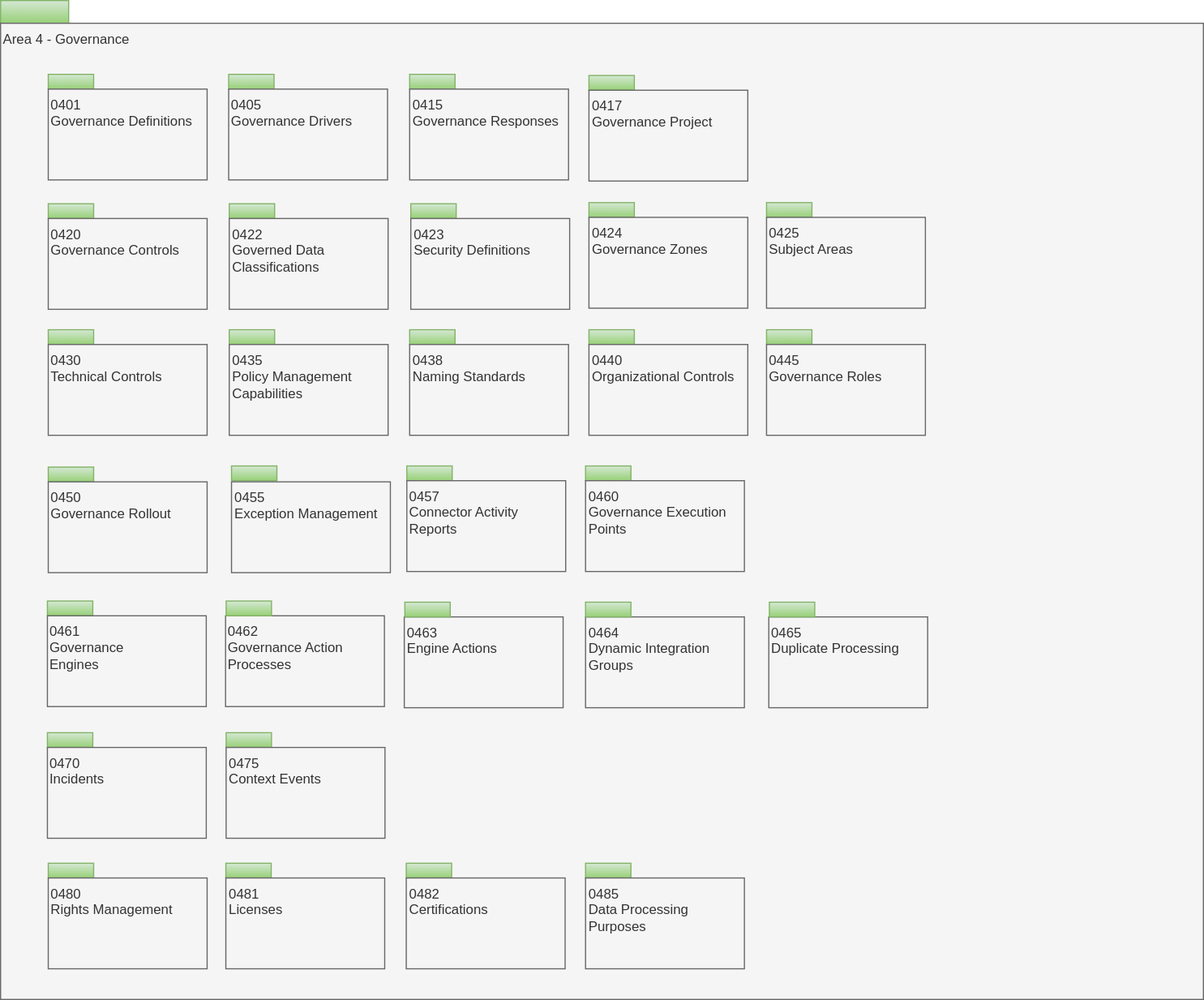
This is site/docs/types/4/area-4-governance-overview.svg from odpi/egeria-docs, a draw.io export, as it was before one commit. Source tidied: cells renumbered, new cells last; positions are measured from the earlier drawing's top-left corner, leaving out a move shared by most shapes.
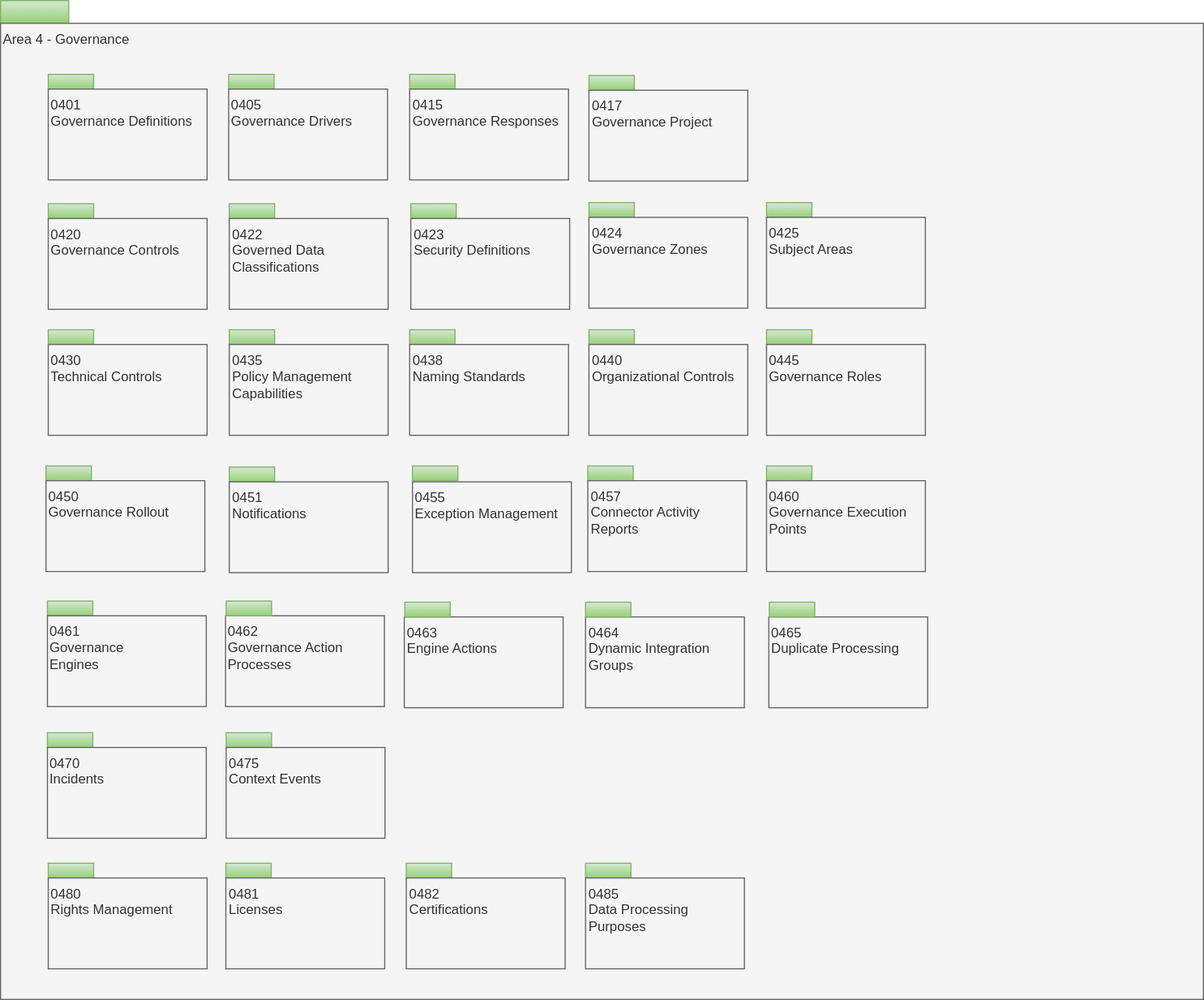
The same diagram one commit later.

The edit, as a diff of the source:
```diff
@@ -45,22 +45,22 @@
       <mxGeometry x="361.5" y="192" width="140" height="80" as="geometry" />
     </mxCell>
     <mxCell id="16" style="rounded=0;whiteSpace=wrap;html=1;align=left;fillColor=#d5e8d4;strokeColor=#82b366;gradientColor=#97d077;" parent="1" vertex="1">
-      <mxGeometry x="42" y="411" width="40" height="13" as="geometry" />
+      <mxGeometry x="201.5" y="411" width="40" height="13" as="geometry" />
     </mxCell>
-    <mxCell id="17" value="0450&lt;br&gt;Governance Rollout&lt;br&gt;" style="rounded=0;whiteSpace=wrap;html=1;align=left;verticalAlign=top;fillColor=#f5f5f5;fontColor=#333333;strokeColor=#666666;" parent="1" vertex="1">
-      <mxGeometry x="42" y="424" width="140" height="80" as="geometry" />
+    <mxCell id="17" value="0451&lt;br&gt;Notifications" style="rounded=0;whiteSpace=wrap;html=1;align=left;verticalAlign=top;fillColor=#f5f5f5;fontColor=#333333;strokeColor=#666666;" parent="1" vertex="1">
+      <mxGeometry x="201.5" y="424" width="140" height="80" as="geometry" />
     </mxCell>
     <mxCell id="18" style="rounded=0;whiteSpace=wrap;html=1;align=left;fillColor=#d5e8d4;strokeColor=#82b366;gradientColor=#97d077;" parent="1" vertex="1">
-      <mxGeometry x="203.5" y="410" width="40" height="13" as="geometry" />
+      <mxGeometry x="363" y="410" width="40" height="13" as="geometry" />
     </mxCell>
     <mxCell id="19" value="0455&lt;br&gt;Exception Management&lt;br&gt;" style="rounded=0;whiteSpace=wrap;html=1;align=left;verticalAlign=top;fillColor=#f5f5f5;fontColor=#333333;strokeColor=#666666;" parent="1" vertex="1">
-      <mxGeometry x="203.5" y="424" width="140" height="80" as="geometry" />
+      <mxGeometry x="363" y="424" width="140" height="80" as="geometry" />
     </mxCell>
     <mxCell id="20" style="rounded=0;whiteSpace=wrap;html=1;align=left;fillColor=#d5e8d4;strokeColor=#82b366;gradientColor=#97d077;" parent="1" vertex="1">
-      <mxGeometry x="358" y="410" width="40" height="13" as="geometry" />
+      <mxGeometry x="517.5" y="410" width="40" height="13" as="geometry" />
     </mxCell>
     <mxCell id="21" value="0457&lt;br&gt;Connector Activity Reports" style="rounded=0;whiteSpace=wrap;html=1;align=left;verticalAlign=top;fillColor=#f5f5f5;fontColor=#333333;strokeColor=#666666;" parent="1" vertex="1">
-      <mxGeometry x="358" y="423" width="140" height="80" as="geometry" />
+      <mxGeometry x="517.5" y="423" width="140" height="80" as="geometry" />
     </mxCell>
     <mxCell id="22" style="rounded=0;whiteSpace=wrap;html=1;align=left;fillColor=#d5e8d4;strokeColor=#82b366;gradientColor=#97d077;" parent="1" vertex="1">
       <mxGeometry x="675" y="290" width="40" height="13" as="geometry" />
@@ -180,10 +180,16 @@
       <mxGeometry x="198.8" y="658" width="140" height="80" as="geometry" />
     </mxCell>
     <mxCell id="61" style="rounded=0;whiteSpace=wrap;html=1;align=left;fillColor=#d5e8d4;strokeColor=#82b366;gradientColor=#97d077;" parent="1" vertex="1">
-      <mxGeometry x="515.5" y="410" width="40" height="13" as="geometry" />
+      <mxGeometry x="675" y="410" width="40" height="13" as="geometry" />
     </mxCell>
     <mxCell id="62" value="0460&lt;br&gt;Governance Execution&lt;br&gt;Points" style="rounded=0;whiteSpace=wrap;html=1;align=left;verticalAlign=top;fillColor=#f5f5f5;fontColor=#333333;strokeColor=#666666;" parent="1" vertex="1">
-      <mxGeometry x="515.5" y="423" width="140" height="80" as="geometry" />
+      <mxGeometry x="675" y="423" width="140" height="80" as="geometry" />
     </mxCell>
+    <mxCell id="63" style="rounded=0;whiteSpace=wrap;html=1;align=left;fillColor=#d5e8d4;strokeColor=#82b366;gradientColor=#97d077;" parent="1" vertex="1">
+      <mxGeometry x="40" y="410" width="40" height="13" as="geometry" />
+    </mxCell>
+    <mxCell id="64" value="0450&lt;br&gt;Governance Rollout&lt;br&gt;" style="rounded=0;whiteSpace=wrap;html=1;align=left;verticalAlign=top;fillColor=#f5f5f5;fontColor=#333333;strokeColor=#666666;" parent="1" vertex="1">
+      <mxGeometry x="40" y="423" width="140" height="80" as="geometry" />
+    </mxCell>
   </root>
 </mxGraphModel>
```
